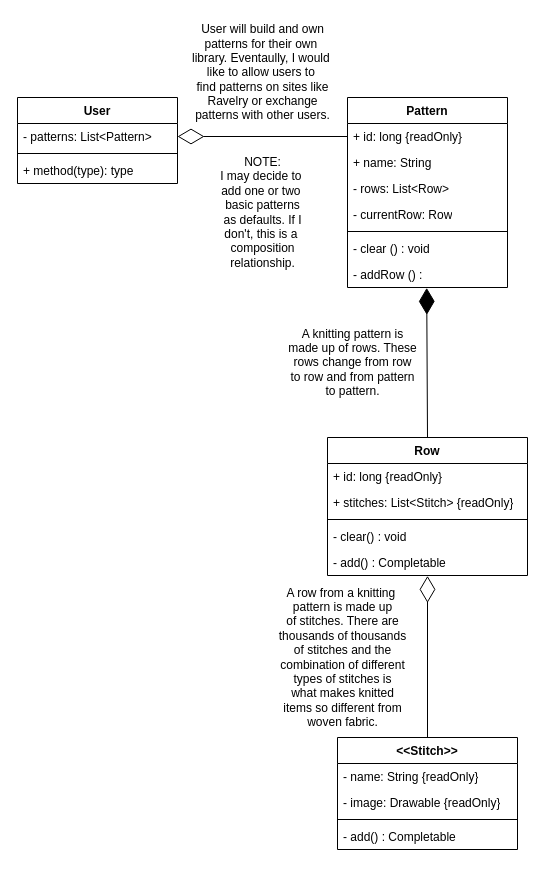
This is work/uml.drawio from ddc-java-17/sereknitty-thedaniellescott, a draw.io file, before an edit. Source tidied: cells renumbered, new cells numbered last; positions are measured from the earlier drawing's top-left corner, leaving out a move shared by most shapes. Both pictures are drawn from the tidied source at 100%, with x=0, y=0 at pixel (17, 17).
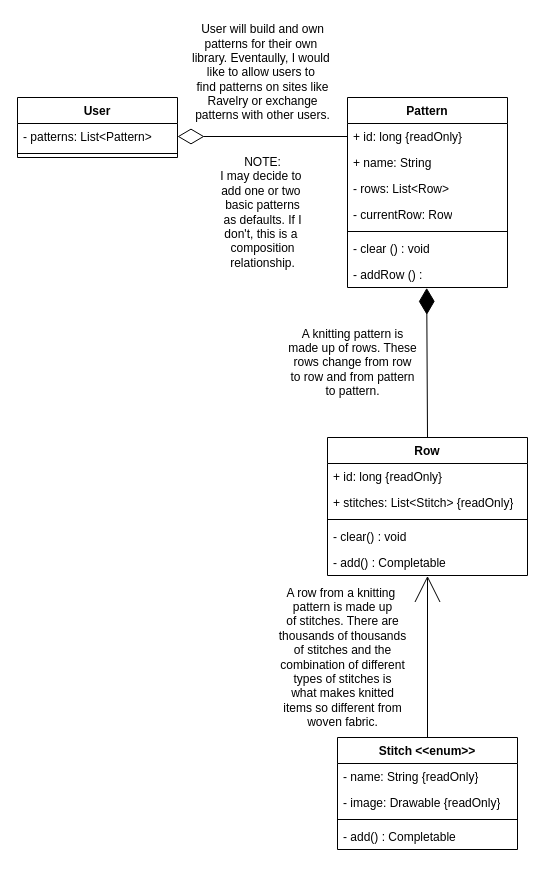
The same page after the edit.

Unchanged cells that the change refers to:
```xml
<mxCell id="20" value="- add() : Completable" style="text;strokeColor=none;fillColor=none;align=left;verticalAlign=top;spacingLeft=4;spacingRight=4;overflow=hidden;points=[[0,0.5],[1,0.5]];portConstraint=eastwest;whiteSpace=wrap;html=1;" parent="15" vertex="1">
  <mxGeometry y="112" width="200" height="26" as="geometry" />
</mxCell>
```

Change to the diagram source:
```diff
@@
     <mxCell id="2" value="User" style="swimlane;fontStyle=1;align=center;verticalAlign=top;horizontal=1;startSize=26;whiteSpace=wrap;html=1;" parent="1" vertex="1">
-      <mxGeometry y="80" width="160" height="86" as="geometry" />
+      <mxGeometry y="80" width="160" height="60" as="geometry" />
     </mxCell>
@@
-    <mxCell id="5" value="+ method(type): type" style="text;strokeColor=none;fillColor=none;align=left;verticalAlign=top;spacingLeft=4;spacingRight=4;overflow=hidden;whiteSpace=wrap;html=1;" parent="2" vertex="1">
-      <mxGeometry y="60" width="160" height="26" as="geometry" />
-    </mxCell>
@@
-    <mxCell id="22" value="&amp;lt;&amp;lt;Stitch&amp;gt;&amp;gt;" style="swimlane;fontStyle=1;align=center;verticalAlign=top;horizontal=1;startSize=26;whiteSpace=wrap;html=1;" parent="1" vertex="1">
+    <mxCell id="22" value="Stitch &amp;lt;&amp;lt;enum&amp;gt;&amp;gt;" style="swimlane;fontStyle=1;align=center;verticalAlign=top;horizontal=1;startSize=26;whiteSpace=wrap;html=1;" parent="1" vertex="1">
       <mxGeometry x="320" y="720" width="180" height="112" as="geometry" />
     </mxCell>
@@
-    <mxCell id="27" style="endArrow=diamondThin;endFill=0;endSize=24;html=1;rounded=0;entryX=0.5;entryY=1.015;entryDx=0;entryDy=0;entryPerimeter=0;exitX=0.5;exitY=0;exitDx=0;exitDy=0;" parent="1" edge="1" source="22" target="20">
+    <mxCell id="27" style="endArrow=open;endFill=0;endSize=24;html=1;rounded=0;entryX=0.5;entryY=1.015;entryDx=0;entryDy=0;entryPerimeter=0;exitX=0.5;exitY=0;exitDx=0;exitDy=0;" parent="1" edge="1" source="22" target="20">
       <mxGeometry relative="1" as="geometry" />
     </mxCell>
```
